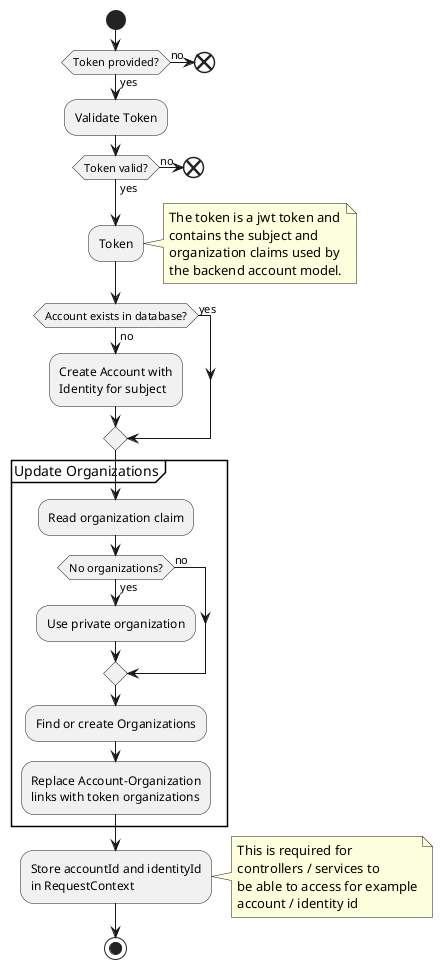
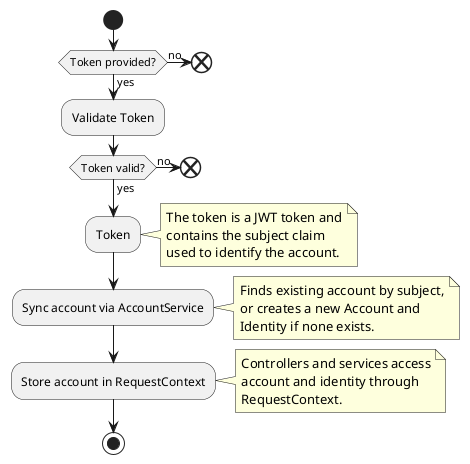
@startuml

start

if (Token provided?) then (yes)
  :Validate Token;

  if (Token valid?) then (yes)
    :Token; <<object>>
    note right
-       The token is a jwt token and
-       contains the subject and
-       organization claims used by
-       the backend account model.
+       The token is a JWT token and
+       contains the subject claim
+       used to identify the account.
    end note

-     if (Account exists in database?) then (yes)
-     else (no)
-         :Create Account with
-         Identity for subject;
-     endif
+     :Sync account via AccountService;
+     note right
+       Finds existing account by subject,
+       or creates a new Account and
+       Identity if none exists.
+     end note

-     partition "Update Organizations" {
-         :Read organization claim;
-         if (No organizations?) then (yes)
-             :Use private organization;
-         else (no)
-         endif
-         :Find or create Organizations;
-         :Replace Account-Organization
-         links with token organizations;
-     }
- 
-     :Store accountId and identityId
-     in RequestContext;
+     :Store account in RequestContext;
    note right
-       This is required for
-       controllers / services to
-       be able to access for example
-       account / identity id
+       Controllers and services access
+       account and identity through
+       RequestContext.
    end note
  else (no)
    end
  endif

else (no)
    end
endif

stop

@enduml
